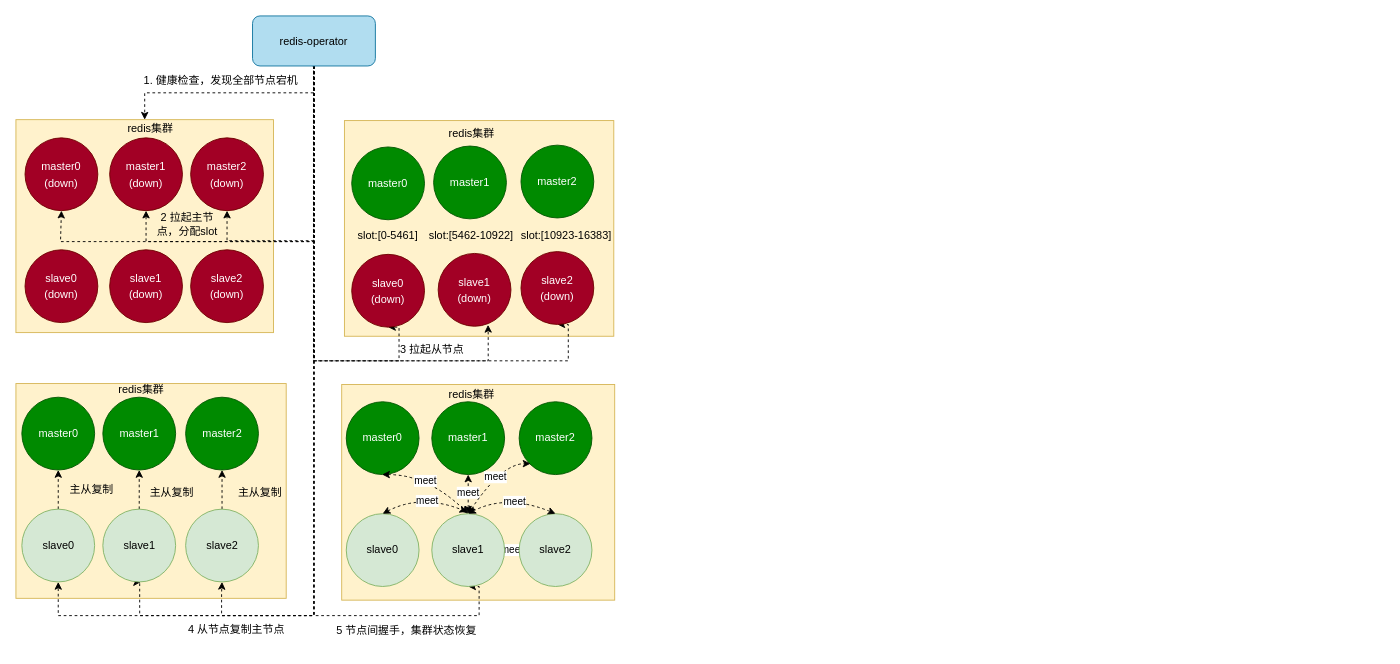
The draw.io diagram diagrams/redis高可用和容错能力.drawio in fengyinqiao/cloudimg, before the edit. Source tidied: cells renumbered, new cells numbered last; positions are measured from the earlier drawing's top-left corner, leaving out a move shared by most shapes. Both pictures are drawn from the tidied source at 91%, with x=0, y=0 at pixel (15, 15).
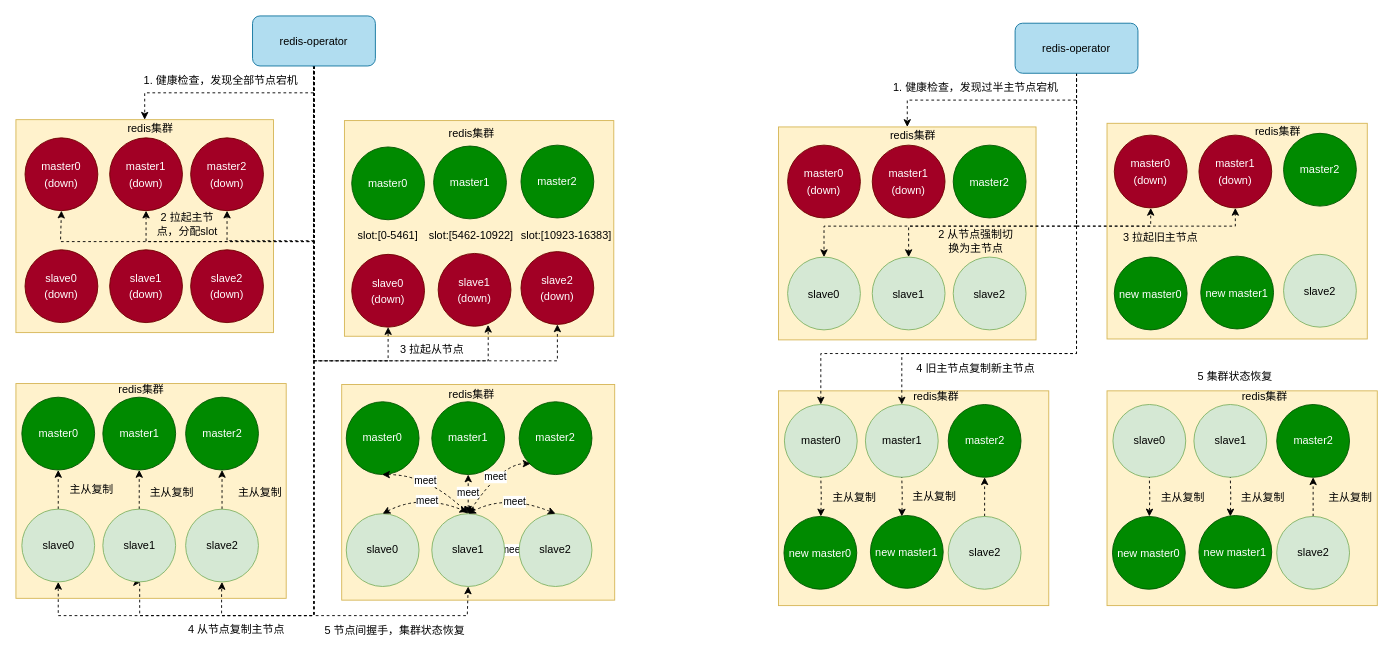
The same diagram, later.

Commit message:
更新redis高可用和容错能力.drawio

Unchanged cells that the change refers to:
```xml
<mxCell id="38" value="redis-operator" style="rounded=1;whiteSpace=wrap;html=1;fillColor=#b1ddf0;strokeColor=#10739e;" parent="1" vertex="1">
  <mxGeometry x="260" width="135" height="55" as="geometry" />
</mxCell>
<mxCell id="48" value="&lt;p style=&quot;line-height: 150%;&quot;&gt;slave0&lt;br&gt;(down)&lt;/p&gt;" style="ellipse;whiteSpace=wrap;html=1;fillColor=#a20025;fontColor=#ffffff;strokeColor=#6F0000;" parent="1" vertex="1">
  <mxGeometry x="369" y="262" width="80" height="80" as="geometry" />
</mxCell>
<mxCell id="50" value="&lt;p style=&quot;line-height: 150%;&quot;&gt;slave2&lt;br&gt;(down)&lt;/p&gt;" style="ellipse;whiteSpace=wrap;html=1;fillColor=#a20025;fontColor=#ffffff;strokeColor=#6F0000;" parent="1" vertex="1">
  <mxGeometry x="555" y="259" width="80" height="80" as="geometry" />
</mxCell>
<mxCell id="59" value="slave1" style="ellipse;whiteSpace=wrap;html=1;fillColor=#d5e8d4;strokeColor=#82b366;" parent="1" vertex="1">
  <mxGeometry x="457" y="547" width="80" height="80" as="geometry" />
</mxCell>
```

What changed in the source:
```diff
@@
     <mxCell id="27" value="&lt;p style=&quot;line-height: 150%;&quot;&gt;5&amp;nbsp;节点间握手，集群状态恢复&lt;/p&gt;" style="text;html=1;strokeColor=none;fillColor=none;align=center;verticalAlign=middle;whiteSpace=wrap;rounded=0;" parent="1" vertex="1">
-      <mxGeometry x="348.4" y="665.5" width="163" height="18" as="geometry" />
+      <mxGeometry x="335.4" y="665.5" width="163" height="18" as="geometry" />
     </mxCell>
@@
     <mxCell id="31" style="edgeStyle=orthogonalEdgeStyle;rounded=0;jettySize=auto;html=1;exitX=0.5;exitY=1;exitDx=0;exitDy=0;dashed=1;entryX=0.5;entryY=1;entryDx=0;entryDy=0;" parent="1" edge="1" source="38" target="48">
       <mxGeometry relative="1" as="geometry">
         <Array as="points">
           <mxPoint x="328" y="88" />
           <mxPoint x="328" y="88" />
           <mxPoint x="328" y="379" />
-          <mxPoint x="421" y="379" />
+          <mxPoint x="409" y="379" />
         </Array>
       </mxGeometry>
     </mxCell>
@@
     <mxCell id="34" style="edgeStyle=orthogonalEdgeStyle;rounded=0;jettySize=auto;html=1;exitX=0.5;exitY=1;exitDx=0;exitDy=0;dashed=1;entryX=0.5;entryY=1;entryDx=0;entryDy=0;" parent="1" edge="1" source="38" target="50">
       <mxGeometry relative="1" as="geometry">
         <Array as="points">
-          <mxPoint x="327" y="379" />
-          <mxPoint x="607" y="379" />
+          <mxPoint x="328" y="379" />
+          <mxPoint x="595" y="379" />
         </Array>
       </mxGeometry>
     </mxCell>
@@
     <mxCell id="37" style="edgeStyle=orthogonalEdgeStyle;rounded=0;jettySize=auto;html=1;exitX=0.5;exitY=1;exitDx=0;exitDy=0;dashed=1;entryX=0.5;entryY=1;entryDx=0;entryDy=0;" parent="1" edge="1" source="38" target="59">
       <mxGeometry relative="1" as="geometry">
         <Array as="points">
-          <mxPoint x="327" y="659" />
-          <mxPoint x="509" y="659" />
+          <mxPoint x="328" y="659" />
+          <mxPoint x="496" y="659" />
+          <mxPoint x="496" y="627" />
         </Array>
       </mxGeometry>
     </mxCell>
@@
+    <mxCell id="72" style="rounded=0;whiteSpace=wrap;html=1;horizontal=1;fillColor=#fff2cc;strokeColor=#d6b656;" parent="1" vertex="1">
+      <mxGeometry x="838" y="412" width="297" height="236" as="geometry" />
+    </mxCell>
+    <mxCell id="73" style="rounded=0;whiteSpace=wrap;html=1;fillColor=#fff2cc;strokeColor=#d6b656;" parent="1" vertex="1">
+      <mxGeometry x="838" y="122" width="283" height="234" as="geometry" />
+    </mxCell>
+    <mxCell id="74" value="&lt;p style=&quot;line-height: 150%;&quot;&gt;master0&lt;br&gt;(down)&lt;/p&gt;" style="ellipse;whiteSpace=wrap;html=1;fillColor=#a20025;fontColor=#ffffff;strokeColor=#6F0000;" parent="1" vertex="1">
+      <mxGeometry x="848" y="142" width="80" height="80" as="geometry" />
+    </mxCell>
+    <mxCell id="75" value="&lt;p style=&quot;line-height: 150%;&quot;&gt;slave0&lt;/p&gt;" style="ellipse;whiteSpace=wrap;html=1;fillColor=#d5e8d4;strokeColor=#82b366;" parent="1" vertex="1">
+      <mxGeometry x="848" y="265" width="80" height="80" as="geometry" />
+    </mxCell>
+    <mxCell id="76" value="&lt;p style=&quot;line-height: 150%;&quot;&gt;master1&lt;br&gt;(down)&lt;/p&gt;" style="ellipse;whiteSpace=wrap;html=1;fillColor=#a20025;fontColor=#ffffff;strokeColor=#6F0000;" parent="1" vertex="1">
+      <mxGeometry x="941" y="142" width="80" height="80" as="geometry" />
+    </mxCell>
+    <mxCell id="77" value="&lt;p style=&quot;line-height: 150%;&quot;&gt;slave1&lt;/p&gt;" style="ellipse;whiteSpace=wrap;html=1;fillColor=#d5e8d4;strokeColor=#82b366;" parent="1" vertex="1">
+      <mxGeometry x="941" y="265" width="80" height="80" as="geometry" />
+    </mxCell>
+    <mxCell id="78" value="&lt;p style=&quot;line-height: 150%;&quot;&gt;master2&lt;br&gt;&lt;/p&gt;" style="ellipse;whiteSpace=wrap;html=1;fillColor=#008a00;fontColor=#ffffff;strokeColor=#005700;" parent="1" vertex="1">
+      <mxGeometry x="1030" y="142" width="80" height="80" as="geometry" />
+    </mxCell>
+    <mxCell id="79" value="&lt;p style=&quot;line-height: 150%;&quot;&gt;slave2&lt;br&gt;&lt;/p&gt;" style="ellipse;whiteSpace=wrap;html=1;fillColor=#d5e8d4;strokeColor=#82b366;" parent="1" vertex="1">
+      <mxGeometry x="1030" y="265" width="80" height="80" as="geometry" />
+    </mxCell>
+    <mxCell id="80" value="&lt;p style=&quot;line-height: 150%;&quot;&gt;1. 健康检查，发现过半主节点宕机&lt;/p&gt;" style="text;html=1;strokeColor=none;fillColor=none;align=center;verticalAlign=middle;whiteSpace=wrap;rounded=0;" parent="1" vertex="1">
+      <mxGeometry x="955" y="63" width="200" height="30" as="geometry" />
+    </mxCell>
+    <mxCell id="81" style="rounded=0;whiteSpace=wrap;html=1;fillColor=#fff2cc;strokeColor=#d6b656;" parent="1" vertex="1">
+      <mxGeometry x="1199" y="118" width="286" height="237" as="geometry" />
+    </mxCell>
+    <mxCell id="82" value="master2" style="ellipse;whiteSpace=wrap;html=1;fillColor=#008a00;fontColor=#ffffff;strokeColor=#005700;" parent="1" vertex="1">
+      <mxGeometry x="1393" y="129" width="80" height="80" as="geometry" />
+    </mxCell>
+    <mxCell id="83" value="master0" style="ellipse;whiteSpace=wrap;html=1;fillColor=#d5e8d4;strokeColor=#82b366;" parent="1" vertex="1">
+      <mxGeometry x="844.5" y="427" width="80" height="80" as="geometry" />
+    </mxCell>
+    <mxCell id="84" style="edgeStyle=orthogonalEdgeStyle;rounded=0;jettySize=auto;html=1;exitX=0.5;exitY=0;exitDx=0;exitDy=0;entryX=0.5;entryY=1;entryDx=0;entryDy=0;dashed=1;endArrow=none;endFill=0;startArrow=classic;startFill=1;" parent="1" edge="1" target="83">
+      <mxGeometry relative="1" as="geometry">
+        <mxPoint x="884.5" y="550" as="sourcePoint" />
+      </mxGeometry>
+    </mxCell>
+    <mxCell id="85" value="master1" style="ellipse;whiteSpace=wrap;html=1;fillColor=#d5e8d4;strokeColor=#82b366;" parent="1" vertex="1">
+      <mxGeometry x="933.5" y="427" width="80" height="80" as="geometry" />
+    </mxCell>
+    <mxCell id="86" style="edgeStyle=orthogonalEdgeStyle;rounded=0;jettySize=auto;html=1;exitX=0.5;exitY=0;exitDx=0;exitDy=0;entryX=0.5;entryY=1;entryDx=0;entryDy=0;dashed=1;endArrow=none;endFill=0;startArrow=classic;startFill=1;" parent="1" edge="1" target="85">
+      <mxGeometry relative="1" as="geometry">
+        <mxPoint x="973.5" y="550" as="sourcePoint" />
+      </mxGeometry>
+    </mxCell>
+    <mxCell id="87" value="master2" style="ellipse;whiteSpace=wrap;html=1;fillColor=#008a00;fontColor=#ffffff;strokeColor=#005700;" parent="1" vertex="1">
+      <mxGeometry x="1024.5" y="427" width="80" height="80" as="geometry" />
+    </mxCell>
+    <mxCell id="88" style="edgeStyle=orthogonalEdgeStyle;rounded=0;jettySize=auto;html=1;dashed=1;" parent="1" edge="1" source="89" target="87">
+      <mxGeometry relative="1" as="geometry" />
+    </mxCell>
+    <mxCell id="89" value="slave2" style="ellipse;whiteSpace=wrap;html=1;fillColor=#d5e8d4;strokeColor=#82b366;" parent="1" vertex="1">
+      <mxGeometry x="1024.5" y="550" width="80" height="80" as="geometry" />
+    </mxCell>
+    <mxCell id="90" value="主从复制" style="text;html=1;strokeColor=none;fillColor=none;align=center;verticalAlign=middle;whiteSpace=wrap;rounded=0;" parent="1" vertex="1">
+      <mxGeometry x="883.5" y="521" width="75" height="16" as="geometry" />
+    </mxCell>
+    <mxCell id="91" value="主从复制" style="text;html=1;strokeColor=none;fillColor=none;align=center;verticalAlign=middle;whiteSpace=wrap;rounded=0;" parent="1" vertex="1">
+      <mxGeometry x="971.5" y="520" width="75" height="16" as="geometry" />
+    </mxCell>
+    <mxCell id="92" style="edgeStyle=orthogonalEdgeStyle;rounded=0;jettySize=auto;html=1;exitX=0.5;exitY=1;exitDx=0;exitDy=0;dashed=1;entryX=0.5;entryY=0;entryDx=0;entryDy=0;" parent="1" edge="1" source="99" target="75">
+      <mxGeometry relative="1" as="geometry">
+        <Array as="points">
+          <mxPoint x="1166" y="231" />
+          <mxPoint x="888" y="231" />
+        </Array>
+      </mxGeometry>
+    </mxCell>
+    <mxCell id="93" style="edgeStyle=orthogonalEdgeStyle;rounded=0;jettySize=auto;html=1;exitX=0.5;exitY=1;exitDx=0;exitDy=0;dashed=1;" parent="1" edge="1" source="99" target="73">
+      <mxGeometry relative="1" as="geometry" />
+    </mxCell>
+    <mxCell id="94" style="edgeStyle=orthogonalEdgeStyle;rounded=0;jettySize=auto;html=1;exitX=0.5;exitY=1;exitDx=0;exitDy=0;dashed=1;entryX=0.5;entryY=0;entryDx=0;entryDy=0;" parent="1" edge="1" source="99" target="77">
+      <mxGeometry relative="1" as="geometry">
+        <Array as="points">
+          <mxPoint x="1166" y="231" />
+          <mxPoint x="981" y="231" />
+        </Array>
+      </mxGeometry>
+    </mxCell>
+    <mxCell id="95" style="edgeStyle=orthogonalEdgeStyle;rounded=0;jettySize=auto;html=1;exitX=0.5;exitY=1;exitDx=0;exitDy=0;entryX=0.5;entryY=1;entryDx=0;entryDy=0;dashed=1;" parent="1" edge="1" source="99" target="107">
+      <mxGeometry relative="1" as="geometry" />
+    </mxCell>
+    <mxCell id="96" style="edgeStyle=orthogonalEdgeStyle;rounded=0;jettySize=auto;html=1;exitX=0.5;exitY=1;exitDx=0;exitDy=0;entryX=0.5;entryY=1;entryDx=0;entryDy=0;dashed=1;" parent="1" edge="1" source="99" target="108">
+      <mxGeometry relative="1" as="geometry" />
+    </mxCell>
+    <mxCell id="97" style="edgeStyle=orthogonalEdgeStyle;rounded=0;jettySize=auto;html=1;exitX=0.5;exitY=1;exitDx=0;exitDy=0;entryX=0.5;entryY=0;entryDx=0;entryDy=0;dashed=1;" parent="1" edge="1" source="99" target="83">
+      <mxGeometry relative="1" as="geometry">
+        <Array as="points">
+          <mxPoint x="1166" y="371" />
+          <mxPoint x="884" y="371" />
+        </Array>
+      </mxGeometry>
+    </mxCell>
+    <mxCell id="98" style="edgeStyle=orthogonalEdgeStyle;rounded=0;jettySize=auto;html=1;exitX=0.5;exitY=1;exitDx=0;exitDy=0;entryX=0.5;entryY=0;entryDx=0;entryDy=0;dashed=1;" parent="1" edge="1" source="99" target="85">
+      <mxGeometry relative="1" as="geometry">
+        <Array as="points">
+          <mxPoint x="1166" y="371" />
+          <mxPoint x="974" y="371" />
+        </Array>
+      </mxGeometry>
+    </mxCell>
+    <mxCell id="99" value="redis-operator" style="rounded=1;whiteSpace=wrap;html=1;fillColor=#b1ddf0;strokeColor=#10739e;" parent="1" vertex="1">
+      <mxGeometry x="1098" y="8" width="135" height="55" as="geometry" />
+    </mxCell>
+    <mxCell id="100" value="2 从节点强制切换为主节点" style="text;html=1;strokeColor=none;fillColor=none;align=center;verticalAlign=middle;whiteSpace=wrap;rounded=0;" parent="1" vertex="1">
+      <mxGeometry x="1012" y="229" width="86" height="37" as="geometry" />
+    </mxCell>
+    <mxCell id="101" value="redis集群" style="text;html=1;strokeColor=none;fillColor=none;align=center;verticalAlign=middle;whiteSpace=wrap;rounded=0;" parent="1" vertex="1">
+      <mxGeometry x="956" y="117" width="60" height="30" as="geometry" />
+    </mxCell>
+    <mxCell id="102" value="redis集群" style="text;html=1;strokeColor=none;fillColor=none;align=center;verticalAlign=middle;whiteSpace=wrap;rounded=0;" parent="1" vertex="1">
+      <mxGeometry x="984" y="410" width="55" height="17" as="geometry" />
+    </mxCell>
+    <mxCell id="103" value="redis集群" style="text;html=1;strokeColor=none;fillColor=none;align=center;verticalAlign=middle;whiteSpace=wrap;rounded=0;" parent="1" vertex="1">
+      <mxGeometry x="1357" y="112" width="60" height="30" as="geometry" />
+    </mxCell>
+    <mxCell id="104" value="&lt;p style=&quot;line-height: 150%;&quot;&gt;new master0&lt;/p&gt;" style="ellipse;whiteSpace=wrap;html=1;fillColor=#008a00;fontColor=#ffffff;strokeColor=#005700;" parent="1" vertex="1">
+      <mxGeometry x="1207" y="265" width="80" height="80" as="geometry" />
+    </mxCell>
+    <mxCell id="105" value="&lt;p style=&quot;line-height: 150%;&quot;&gt;new master1&lt;/p&gt;" style="ellipse;whiteSpace=wrap;html=1;fillColor=#008a00;fontColor=#ffffff;strokeColor=#005700;" parent="1" vertex="1">
+      <mxGeometry x="1302" y="264" width="80" height="80" as="geometry" />
+    </mxCell>
+    <mxCell id="106" value="&lt;p style=&quot;line-height: 150%;&quot;&gt;slave2&lt;/p&gt;" style="ellipse;whiteSpace=wrap;html=1;fillColor=#d5e8d4;strokeColor=#82b366;" parent="1" vertex="1">
+      <mxGeometry x="1393" y="262" width="80" height="80" as="geometry" />
+    </mxCell>
+    <mxCell id="107" value="&lt;p style=&quot;line-height: 150%;&quot;&gt;master0&lt;br&gt;(down)&lt;/p&gt;" style="ellipse;whiteSpace=wrap;html=1;fillColor=#a20025;fontColor=#ffffff;strokeColor=#6F0000;" parent="1" vertex="1">
+      <mxGeometry x="1207" y="131" width="80" height="80" as="geometry" />
+    </mxCell>
+    <mxCell id="108" value="&lt;p style=&quot;line-height: 150%;&quot;&gt;master1&lt;br&gt;(down)&lt;/p&gt;" style="ellipse;whiteSpace=wrap;html=1;fillColor=#a20025;fontColor=#ffffff;strokeColor=#6F0000;" parent="1" vertex="1">
+      <mxGeometry x="1300" y="131" width="80" height="80" as="geometry" />
+    </mxCell>
+    <mxCell id="109" value="3 拉起旧主节点" style="text;html=1;strokeColor=none;fillColor=none;align=center;verticalAlign=middle;whiteSpace=wrap;rounded=0;" parent="1" vertex="1">
+      <mxGeometry x="1216" y="225" width="84" height="37" as="geometry" />
+    </mxCell>
+    <mxCell id="110" value="&lt;p style=&quot;line-height: 150%;&quot;&gt;new master0&lt;/p&gt;" style="ellipse;whiteSpace=wrap;html=1;fillColor=#008a00;fontColor=#ffffff;strokeColor=#005700;" parent="1" vertex="1">
+      <mxGeometry x="844" y="550" width="80" height="80" as="geometry" />
+    </mxCell>
+    <mxCell id="111" value="&lt;p style=&quot;line-height: 150%;&quot;&gt;new master1&lt;/p&gt;" style="ellipse;whiteSpace=wrap;html=1;fillColor=#008a00;fontColor=#ffffff;strokeColor=#005700;" parent="1" vertex="1">
+      <mxGeometry x="939" y="549" width="80" height="80" as="geometry" />
+    </mxCell>
+    <mxCell id="112" value="4 旧主节点复制新主节点" style="text;html=1;strokeColor=none;fillColor=none;align=center;verticalAlign=middle;whiteSpace=wrap;rounded=0;" parent="1" vertex="1">
+      <mxGeometry x="984" y="375" width="141.5" height="25" as="geometry" />
+    </mxCell>
+    <mxCell id="113" style="rounded=0;whiteSpace=wrap;html=1;horizontal=1;fillColor=#fff2cc;strokeColor=#d6b656;" parent="1" vertex="1">
+      <mxGeometry x="1199" y="412" width="297" height="236" as="geometry" />
+    </mxCell>
+    <mxCell id="114" value="slave0" style="ellipse;whiteSpace=wrap;html=1;fillColor=#d5e8d4;strokeColor=#82b366;" parent="1" vertex="1">
+      <mxGeometry x="1205.5" y="427" width="80" height="80" as="geometry" />
+    </mxCell>
+    <mxCell id="115" style="edgeStyle=orthogonalEdgeStyle;rounded=0;jettySize=auto;html=1;exitX=0.5;exitY=0;exitDx=0;exitDy=0;entryX=0.5;entryY=1;entryDx=0;entryDy=0;dashed=1;endArrow=none;endFill=0;startArrow=classic;startFill=1;" parent="1" edge="1" target="114">
+      <mxGeometry relative="1" as="geometry">
+        <mxPoint x="1245.5" y="550" as="sourcePoint" />
+      </mxGeometry>
+    </mxCell>
+    <mxCell id="116" value="slave1" style="ellipse;whiteSpace=wrap;html=1;fillColor=#d5e8d4;strokeColor=#82b366;" parent="1" vertex="1">
+      <mxGeometry x="1294.5" y="427" width="80" height="80" as="geometry" />
+    </mxCell>
+    <mxCell id="117" style="edgeStyle=orthogonalEdgeStyle;rounded=0;jettySize=auto;html=1;exitX=0.5;exitY=0;exitDx=0;exitDy=0;entryX=0.5;entryY=1;entryDx=0;entryDy=0;dashed=1;endArrow=none;endFill=0;startArrow=classic;startFill=1;" parent="1" edge="1" target="116">
+      <mxGeometry relative="1" as="geometry">
+        <mxPoint x="1334.5" y="550" as="sourcePoint" />
+      </mxGeometry>
+    </mxCell>
+    <mxCell id="118" value="master2" style="ellipse;whiteSpace=wrap;html=1;fillColor=#008a00;fontColor=#ffffff;strokeColor=#005700;" parent="1" vertex="1">
+      <mxGeometry x="1385.5" y="427" width="80" height="80" as="geometry" />
+    </mxCell>
+    <mxCell id="119" style="edgeStyle=orthogonalEdgeStyle;rounded=0;jettySize=auto;html=1;dashed=1;" parent="1" edge="1" source="120" target="118">
+      <mxGeometry relative="1" as="geometry" />
+    </mxCell>
+    <mxCell id="120" value="slave2" style="ellipse;whiteSpace=wrap;html=1;fillColor=#d5e8d4;strokeColor=#82b366;" parent="1" vertex="1">
+      <mxGeometry x="1385.5" y="550" width="80" height="80" as="geometry" />
+    </mxCell>
+    <mxCell id="121" value="主从复制" style="text;html=1;strokeColor=none;fillColor=none;align=center;verticalAlign=middle;whiteSpace=wrap;rounded=0;" parent="1" vertex="1">
+      <mxGeometry x="1244.5" y="521" width="75" height="16" as="geometry" />
+    </mxCell>
+    <mxCell id="122" value="主从复制" style="text;html=1;strokeColor=none;fillColor=none;align=center;verticalAlign=middle;whiteSpace=wrap;rounded=0;" parent="1" vertex="1">
+      <mxGeometry x="1332.5" y="521" width="75" height="16" as="geometry" />
+    </mxCell>
+    <mxCell id="123" value="redis集群" style="text;html=1;strokeColor=none;fillColor=none;align=center;verticalAlign=middle;whiteSpace=wrap;rounded=0;" parent="1" vertex="1">
+      <mxGeometry x="1345" y="410" width="55" height="17" as="geometry" />
+    </mxCell>
+    <mxCell id="124" value="&lt;p style=&quot;line-height: 150%;&quot;&gt;new master0&lt;/p&gt;" style="ellipse;whiteSpace=wrap;html=1;fillColor=#008a00;fontColor=#ffffff;strokeColor=#005700;" parent="1" vertex="1">
+      <mxGeometry x="1205" y="550" width="80" height="80" as="geometry" />
+    </mxCell>
+    <mxCell id="125" value="&lt;p style=&quot;line-height: 150%;&quot;&gt;new master1&lt;/p&gt;" style="ellipse;whiteSpace=wrap;html=1;fillColor=#008a00;fontColor=#ffffff;strokeColor=#005700;" parent="1" vertex="1">
+      <mxGeometry x="1300" y="549" width="80" height="80" as="geometry" />
+    </mxCell>
+    <mxCell id="126" value="主从复制" style="text;html=1;strokeColor=none;fillColor=none;align=center;verticalAlign=middle;whiteSpace=wrap;rounded=0;" parent="1" vertex="1">
+      <mxGeometry x="1429" y="521" width="75" height="16" as="geometry" />
+    </mxCell>
+    <mxCell id="127" value="5 集群状态恢复" style="text;html=1;strokeColor=none;fillColor=none;align=center;verticalAlign=middle;whiteSpace=wrap;rounded=0;" parent="1" vertex="1">
+      <mxGeometry x="1269.2" y="384" width="141.5" height="25" as="geometry" />
+    </mxCell>
```
